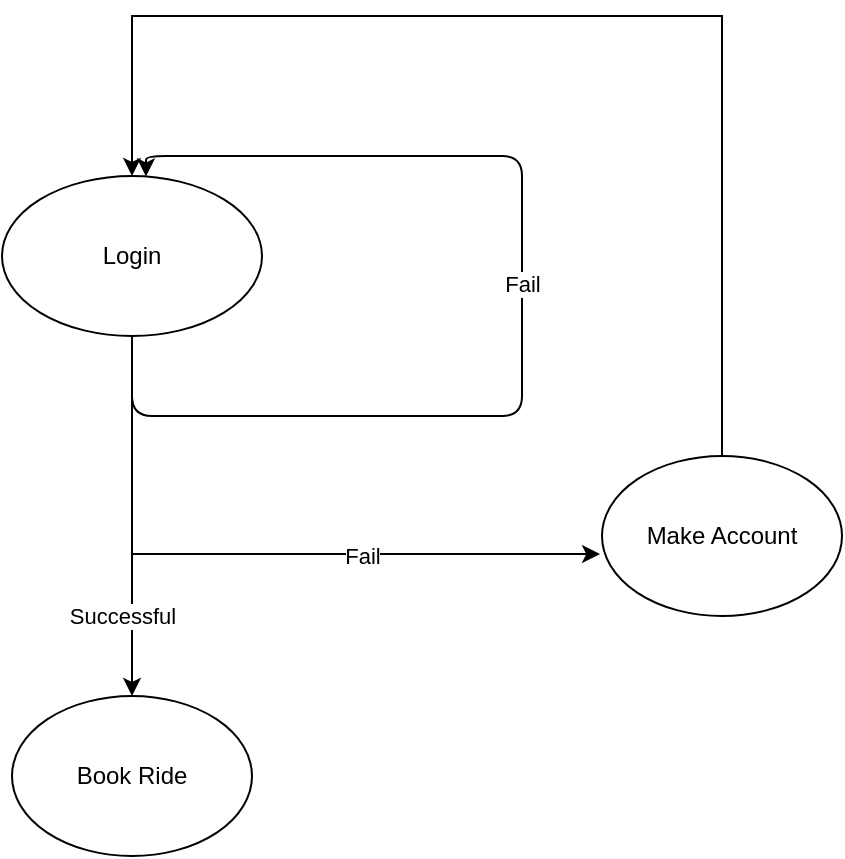
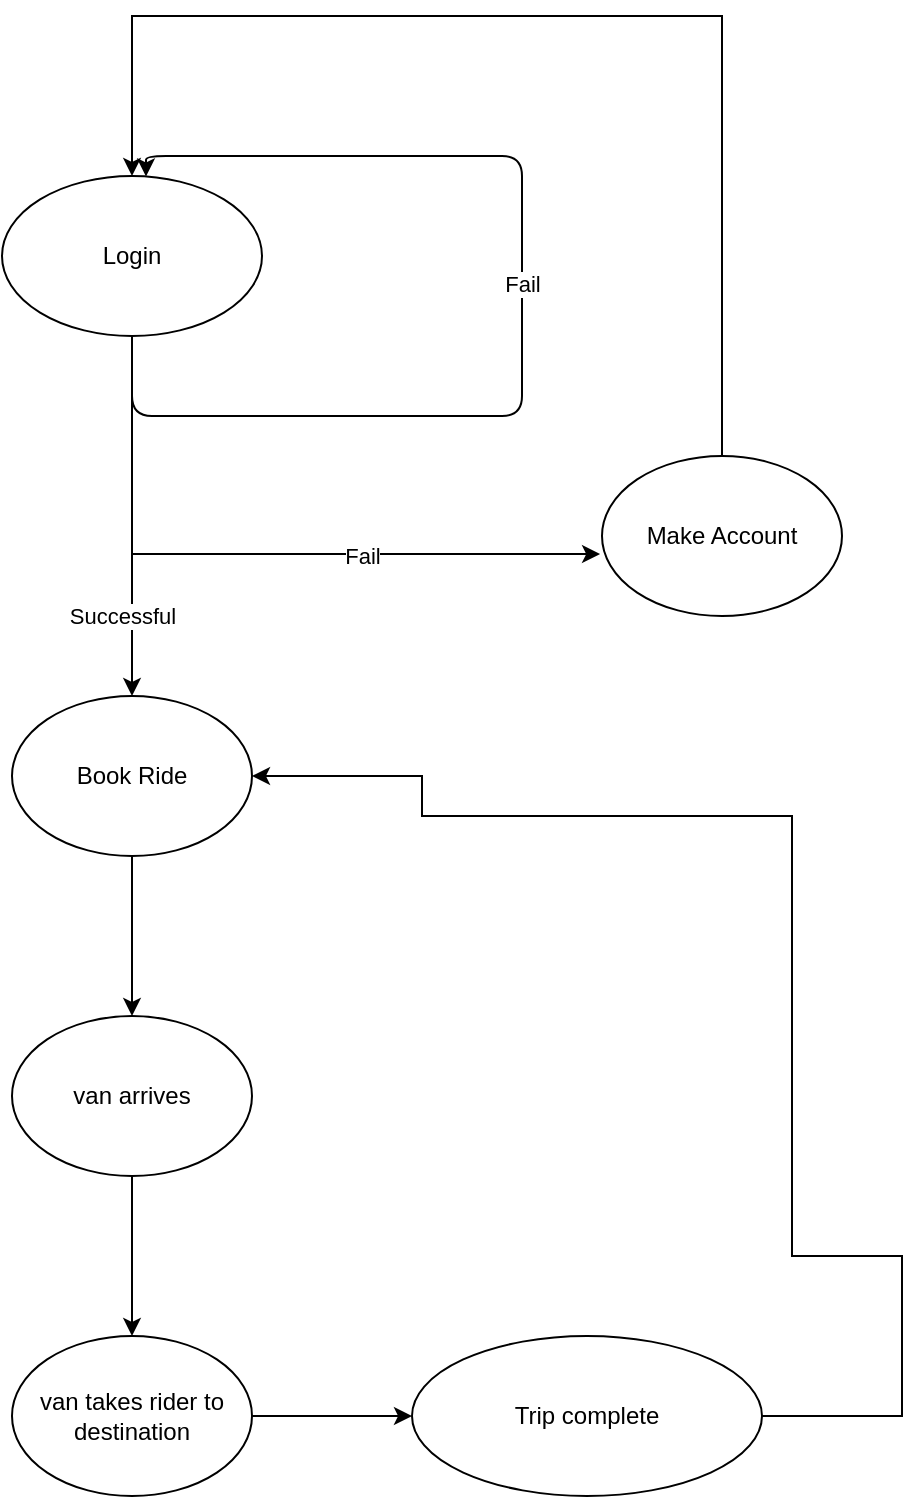
<mxfile host="app.diagrams.net">
  <diagram name="Page-1" id="2WAWrTisL8e0VHhELPyn">
    <mxGraphModel dx="1171" dy="707" grid="1" gridSize="10" guides="1" tooltips="1" connect="1" arrows="1" fold="1" page="1" pageScale="1" pageWidth="850" pageHeight="1100" math="0" shadow="0">
      <root>
        <mxCell id="0" />
        <mxCell id="1" parent="0" />
        <mxCell id="wllHSmSikJM-L9H1uCEE-3" edge="1" parent="1" source="wllHSmSikJM-L9H1uCEE-1" style="edgeStyle=orthogonalEdgeStyle;rounded=0;orthogonalLoop=1;jettySize=auto;html=1;" target="wllHSmSikJM-L9H1uCEE-2" value="Successful">
          <mxGeometry relative="1" x="0.5556" y="-5" as="geometry">
            <mxPoint as="offset" />
          </mxGeometry>
        </mxCell>
        <mxCell id="wllHSmSikJM-L9H1uCEE-1" parent="1" style="ellipse;whiteSpace=wrap;html=1;" value="Login" vertex="1">
          <mxGeometry height="80" width="130" x="290" y="160" as="geometry" />
+         </mxCell>
+         <mxCell id="wllHSmSikJM-L9H1uCEE-11" edge="1" parent="1" source="wllHSmSikJM-L9H1uCEE-2" style="edgeStyle=orthogonalEdgeStyle;rounded=0;orthogonalLoop=1;jettySize=auto;html=1;" target="wllHSmSikJM-L9H1uCEE-10" value="">
+           <mxGeometry relative="1" as="geometry" />
        </mxCell>
        <mxCell id="wllHSmSikJM-L9H1uCEE-2" parent="1" style="ellipse;whiteSpace=wrap;html=1;" value="Book Ride" vertex="1">
          <mxGeometry height="80" width="120" x="295" y="420" as="geometry" />
        </mxCell>
        <mxCell id="wllHSmSikJM-L9H1uCEE-4" edge="1" parent="1" source="wllHSmSikJM-L9H1uCEE-1" style="edgeStyle=orthogonalEdgeStyle;rounded=1;orthogonalLoop=1;jettySize=auto;html=1;curved=0;" target="wllHSmSikJM-L9H1uCEE-1">
          <mxGeometry relative="1" as="geometry">
            <Array as="points">
              <mxPoint x="355" y="280" />
              <mxPoint x="550" y="280" />
              <mxPoint x="550" y="150" />
              <mxPoint x="362" y="150" />
            </Array>
          </mxGeometry>
        </mxCell>
        <mxCell id="wllHSmSikJM-L9H1uCEE-5" connectable="0" parent="wllHSmSikJM-L9H1uCEE-4" style="edgeLabel;html=1;align=center;verticalAlign=middle;resizable=0;points=[];" value="Fail" vertex="1">
          <mxGeometry relative="1" x="0.0603" as="geometry">
            <mxPoint y="-3" as="offset" />
          </mxGeometry>
        </mxCell>
        <mxCell id="wllHSmSikJM-L9H1uCEE-9" edge="1" parent="1" source="wllHSmSikJM-L9H1uCEE-6" style="edgeStyle=orthogonalEdgeStyle;rounded=0;orthogonalLoop=1;jettySize=auto;html=1;exitX=0.5;exitY=0;exitDx=0;exitDy=0;entryX=0.5;entryY=0;entryDx=0;entryDy=0;" target="wllHSmSikJM-L9H1uCEE-1">
          <mxGeometry relative="1" as="geometry">
            <Array as="points">
              <mxPoint x="650" y="80" />
              <mxPoint x="355" y="80" />
            </Array>
            <mxPoint x="660" y="80" as="targetPoint" />
          </mxGeometry>
        </mxCell>
        <mxCell id="wllHSmSikJM-L9H1uCEE-6" parent="1" style="ellipse;whiteSpace=wrap;html=1;" value="Make Account" vertex="1">
          <mxGeometry height="80" width="120" x="590" y="300" as="geometry" />
        </mxCell>
        <mxCell id="wllHSmSikJM-L9H1uCEE-7" edge="1" parent="1" source="wllHSmSikJM-L9H1uCEE-1" style="edgeStyle=orthogonalEdgeStyle;rounded=0;orthogonalLoop=1;jettySize=auto;html=1;exitX=0.5;exitY=1;exitDx=0;exitDy=0;entryX=-0.008;entryY=0.613;entryDx=0;entryDy=0;entryPerimeter=0;" target="wllHSmSikJM-L9H1uCEE-6">
-           <mxGeometry relative="1" as="geometry" />
+           <mxGeometry relative="1" as="geometry">
+             <Array as="points">
+               <mxPoint x="355" y="349" />
+             </Array>
+           </mxGeometry>
        </mxCell>
        <mxCell id="wllHSmSikJM-L9H1uCEE-8" connectable="0" parent="wllHSmSikJM-L9H1uCEE-7" style="edgeLabel;html=1;align=center;verticalAlign=middle;resizable=0;points=[];" value="Fail" vertex="1">
          <mxGeometry relative="1" x="0.2885" y="-4" as="geometry">
            <mxPoint x="3" y="-3" as="offset" />
          </mxGeometry>
        </mxCell>
+         <mxCell id="wllHSmSikJM-L9H1uCEE-13" edge="1" parent="1" source="wllHSmSikJM-L9H1uCEE-10" style="edgeStyle=orthogonalEdgeStyle;rounded=0;orthogonalLoop=1;jettySize=auto;html=1;" target="wllHSmSikJM-L9H1uCEE-12" value="">
+           <mxGeometry relative="1" as="geometry" />
+         </mxCell>
+         <mxCell id="wllHSmSikJM-L9H1uCEE-10" parent="1" style="ellipse;whiteSpace=wrap;html=1;" value="&lt;div&gt;van arrives&lt;/div&gt;" vertex="1">
+           <mxGeometry height="80" width="120" x="295" y="580" as="geometry" />
+         </mxCell>
+         <mxCell id="wllHSmSikJM-L9H1uCEE-15" edge="1" parent="1" source="wllHSmSikJM-L9H1uCEE-12" style="edgeStyle=orthogonalEdgeStyle;rounded=0;orthogonalLoop=1;jettySize=auto;html=1;" target="wllHSmSikJM-L9H1uCEE-14" value="">
+           <mxGeometry relative="1" as="geometry" />
+         </mxCell>
+         <mxCell id="wllHSmSikJM-L9H1uCEE-12" parent="1" style="ellipse;whiteSpace=wrap;html=1;" value="van takes rider to destination" vertex="1">
+           <mxGeometry height="80" width="120" x="295" y="740" as="geometry" />
+         </mxCell>
+         <mxCell id="wllHSmSikJM-L9H1uCEE-16" edge="1" parent="1" source="wllHSmSikJM-L9H1uCEE-14" style="edgeStyle=orthogonalEdgeStyle;rounded=0;orthogonalLoop=1;jettySize=auto;html=1;exitX=1;exitY=0.5;exitDx=0;exitDy=0;entryX=1;entryY=0.5;entryDx=0;entryDy=0;" target="wllHSmSikJM-L9H1uCEE-2">
+           <mxGeometry relative="1" as="geometry">
+             <Array as="points">
+               <mxPoint x="740" y="780" />
+               <mxPoint x="740" y="700" />
+               <mxPoint x="685" y="700" />
+               <mxPoint x="685" y="480" />
+               <mxPoint x="500" y="480" />
+               <mxPoint x="500" y="460" />
+             </Array>
+             <mxPoint x="665" y="835" as="sourcePoint" />
+             <mxPoint x="425" y="350" as="targetPoint" />
+           </mxGeometry>
+         </mxCell>
+         <mxCell id="wllHSmSikJM-L9H1uCEE-14" parent="1" style="ellipse;whiteSpace=wrap;html=1;" value="Trip complete" vertex="1">
+           <mxGeometry height="80" width="175" x="495" y="740" as="geometry" />
+         </mxCell>
      </root>
    </mxGraphModel>
  </diagram>
</mxfile>
